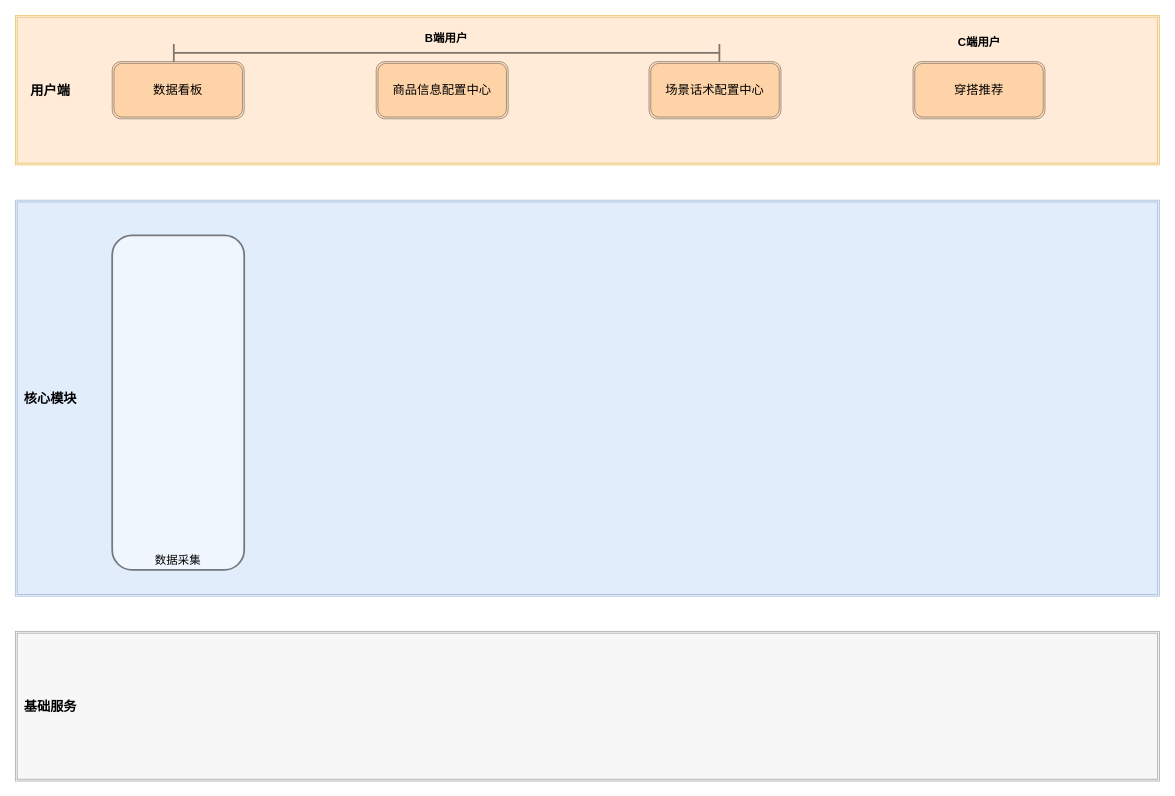
This is leyan/推荐系统3.drawio from GeekKwok/UML, a draw.io file, before an edit. Source tidied: cells renumbered, new cells numbered last; positions are measured from the earlier drawing's top-left corner, leaving out a move shared by most shapes. Both pictures are drawn from the tidied source at 88%, with x=0, y=0 at pixel (15, 15).
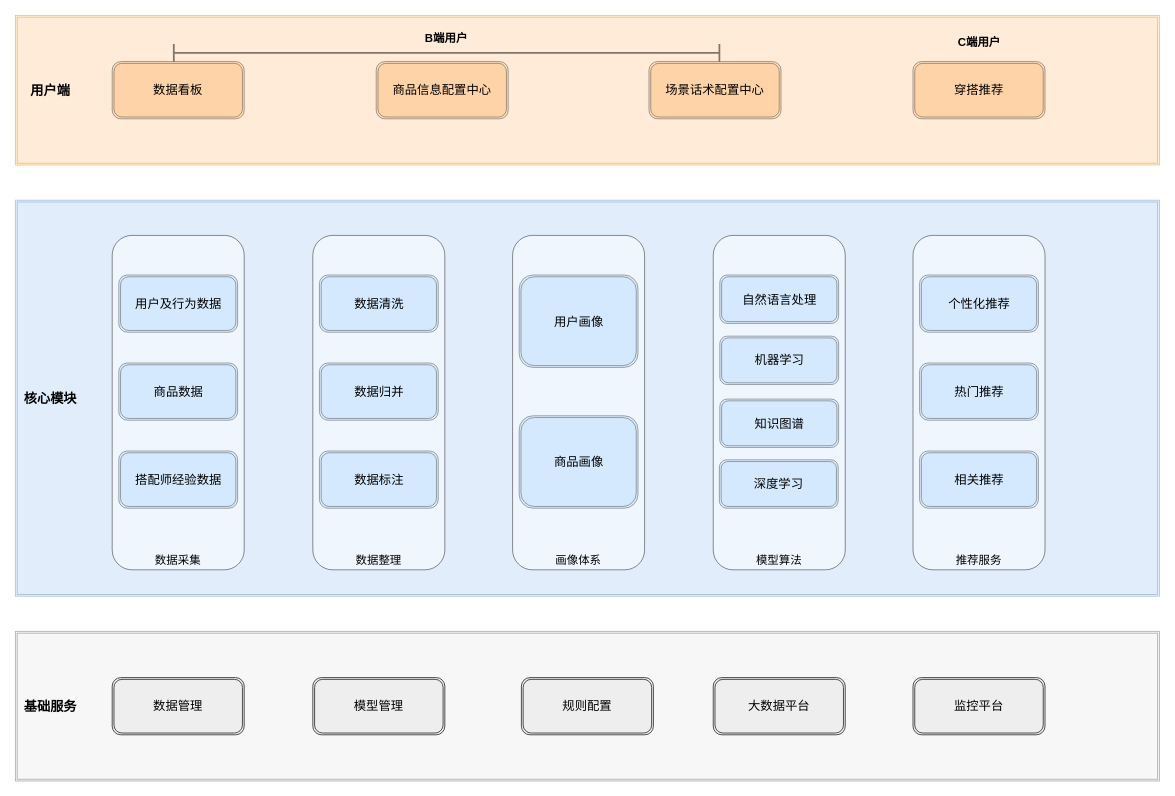
The same diagram, later.

Diff of the diagram source:
```diff
@@
-    <mxCell id="3" style="shape=ext;double=1;rounded=0;whiteSpace=wrap;html=1;fillColor=#dae8fc;strokeColor=#6c8ebf;opacity=50;" parent="1" vertex="1">
+    <mxCell id="3" style="shape=ext;double=1;rounded=0;whiteSpace=wrap;html=1;fillColor=#dae8fc;strokeColor=#6c8ebf;opacity=50;strokeWidth=1;" parent="1" vertex="1">
       <mxGeometry y="210" width="1300" height="450" as="geometry" />
     </mxCell>
@@
-    <mxCell id="14" value="&lt;br&gt;&lt;br&gt;&lt;br&gt;&lt;br&gt;&lt;br&gt;&lt;br&gt;&lt;br&gt;&lt;br&gt;&lt;br&gt;&lt;br&gt;&lt;br&gt;&lt;br&gt;&lt;br&gt;&lt;br&gt;&lt;br&gt;&lt;br&gt;&lt;br&gt;&lt;br&gt;&lt;br&gt;&lt;br&gt;&lt;br&gt;&lt;br&gt;&lt;br&gt;数据采集" style="rounded=1;whiteSpace=wrap;html=1;fontSize=13;strokeWidth=2;opacity=50;" parent="1" vertex="1">
+    <mxCell id="14" value="&lt;br&gt;&lt;br&gt;&lt;br&gt;&lt;br&gt;&lt;br&gt;&lt;br&gt;&lt;br&gt;&lt;br&gt;&lt;br&gt;&lt;br&gt;&lt;br&gt;&lt;br&gt;&lt;br&gt;&lt;br&gt;&lt;br&gt;&lt;br&gt;&lt;br&gt;&lt;br&gt;&lt;br&gt;&lt;br&gt;&lt;br&gt;&lt;br&gt;&lt;br&gt;数据采集" style="rounded=1;whiteSpace=wrap;html=1;fontSize=13;strokeWidth=1;opacity=50;" parent="1" vertex="1">
       <mxGeometry x="110" y="250" width="150" height="380" as="geometry" />
     </mxCell>
+    <mxCell id="15" value="&lt;br&gt;&lt;br&gt;&lt;br&gt;&lt;br&gt;&lt;br&gt;&lt;br&gt;&lt;br&gt;&lt;br&gt;&lt;br&gt;&lt;br&gt;&lt;br&gt;&lt;br&gt;&lt;br&gt;&lt;br&gt;&lt;br&gt;&lt;br&gt;&lt;br&gt;&lt;br&gt;&lt;br&gt;&lt;br&gt;&lt;br&gt;&lt;br&gt;&lt;br&gt;数据整理" style="rounded=1;whiteSpace=wrap;html=1;fontSize=13;strokeWidth=1;opacity=50;" parent="1" vertex="1">
+      <mxGeometry x="338" y="250" width="150" height="380" as="geometry" />
+    </mxCell>
+    <mxCell id="16" value="&lt;br&gt;&lt;br&gt;&lt;br&gt;&lt;br&gt;&lt;br&gt;&lt;br&gt;&lt;br&gt;&lt;br&gt;&lt;br&gt;&lt;br&gt;&lt;br&gt;&lt;br&gt;&lt;br&gt;&lt;br&gt;&lt;br&gt;&lt;br&gt;&lt;br&gt;&lt;br&gt;&lt;br&gt;&lt;br&gt;&lt;br&gt;&lt;br&gt;&lt;br&gt;画像体系" style="rounded=1;whiteSpace=wrap;html=1;fontSize=13;strokeWidth=1;opacity=50;" parent="1" vertex="1">
+      <mxGeometry x="565" y="250" width="150" height="380" as="geometry" />
+    </mxCell>
+    <mxCell id="17" value="&lt;br&gt;&lt;br&gt;&lt;br&gt;&lt;br&gt;&lt;br&gt;&lt;br&gt;&lt;br&gt;&lt;br&gt;&lt;br&gt;&lt;br&gt;&lt;br&gt;&lt;br&gt;&lt;br&gt;&lt;br&gt;&lt;br&gt;&lt;br&gt;&lt;br&gt;&lt;br&gt;&lt;br&gt;&lt;br&gt;&lt;br&gt;&lt;br&gt;&lt;br&gt;模型算法" style="rounded=1;whiteSpace=wrap;html=1;fontSize=13;strokeWidth=1;opacity=50;" parent="1" vertex="1">
+      <mxGeometry x="793" y="250" width="150" height="380" as="geometry" />
+    </mxCell>
+    <mxCell id="18" value="&lt;br&gt;&lt;br&gt;&lt;br&gt;&lt;br&gt;&lt;br&gt;&lt;br&gt;&lt;br&gt;&lt;br&gt;&lt;br&gt;&lt;br&gt;&lt;br&gt;&lt;br&gt;&lt;br&gt;&lt;br&gt;&lt;br&gt;&lt;br&gt;&lt;br&gt;&lt;br&gt;&lt;br&gt;&lt;br&gt;&lt;br&gt;&lt;br&gt;&lt;br&gt;推荐服务" style="rounded=1;whiteSpace=wrap;html=1;fontSize=13;strokeWidth=1;opacity=50;" parent="1" vertex="1">
+      <mxGeometry x="1020" y="250" width="150" height="380" as="geometry" />
+    </mxCell>
+    <mxCell id="19" value="用户及行为数据" style="shape=ext;double=1;rounded=1;whiteSpace=wrap;html=1;opacity=50;fillColor=#cce5ff;strokeColor=#36393d;fontSize=14;" parent="1" vertex="1">
+      <mxGeometry x="117.5" y="295" width="135" height="65" as="geometry" />
+    </mxCell>
+    <mxCell id="20" value="商品数据" style="shape=ext;double=1;rounded=1;whiteSpace=wrap;html=1;opacity=50;fillColor=#cce5ff;strokeColor=#36393d;fontSize=14;" parent="1" vertex="1">
+      <mxGeometry x="117.5" y="395" width="135" height="65" as="geometry" />
+    </mxCell>
+    <mxCell id="21" value="搭配师经验数据" style="shape=ext;double=1;rounded=1;whiteSpace=wrap;html=1;opacity=50;fillColor=#cce5ff;strokeColor=#36393d;fontSize=14;" parent="1" vertex="1">
+      <mxGeometry x="117.5" y="495" width="135" height="65" as="geometry" />
+    </mxCell>
+    <mxCell id="22" value="数据清洗" style="shape=ext;double=1;rounded=1;whiteSpace=wrap;html=1;opacity=50;fillColor=#cce5ff;strokeColor=#36393d;fontSize=14;" parent="1" vertex="1">
+      <mxGeometry x="345.5" y="295" width="135" height="65" as="geometry" />
+    </mxCell>
+    <mxCell id="23" value="数据归并" style="shape=ext;double=1;rounded=1;whiteSpace=wrap;html=1;opacity=50;fillColor=#cce5ff;strokeColor=#36393d;fontSize=14;" parent="1" vertex="1">
+      <mxGeometry x="345.5" y="395" width="135" height="65" as="geometry" />
+    </mxCell>
+    <mxCell id="24" value="数据标注" style="shape=ext;double=1;rounded=1;whiteSpace=wrap;html=1;opacity=50;fillColor=#cce5ff;strokeColor=#36393d;fontSize=14;" parent="1" vertex="1">
+      <mxGeometry x="345.5" y="495" width="135" height="65" as="geometry" />
+    </mxCell>
+    <mxCell id="25" value="用户画像" style="shape=ext;double=1;rounded=1;whiteSpace=wrap;html=1;opacity=50;fillColor=#cce5ff;strokeColor=#36393d;fontSize=14;" parent="1" vertex="1">
+      <mxGeometry x="572.5" y="295" width="135" height="105" as="geometry" />
+    </mxCell>
+    <mxCell id="26" value="商品画像" style="shape=ext;double=1;rounded=1;whiteSpace=wrap;html=1;opacity=50;fillColor=#cce5ff;strokeColor=#36393d;fontSize=14;" parent="1" vertex="1">
+      <mxGeometry x="572.5" y="455" width="135" height="105" as="geometry" />
+    </mxCell>
+    <mxCell id="27" value="自然语言处理" style="shape=ext;double=1;rounded=1;whiteSpace=wrap;html=1;opacity=50;fillColor=#cce5ff;strokeColor=#36393d;fontSize=14;" parent="1" vertex="1">
+      <mxGeometry x="800.5" y="295" width="135" height="55" as="geometry" />
+    </mxCell>
+    <mxCell id="28" value="机器学习" style="shape=ext;double=1;rounded=1;whiteSpace=wrap;html=1;opacity=50;fillColor=#cce5ff;strokeColor=#36393d;fontSize=14;" parent="1" vertex="1">
+      <mxGeometry x="800.5" y="364.5" width="135" height="55" as="geometry" />
+    </mxCell>
+    <mxCell id="29" value="知识图谱" style="shape=ext;double=1;rounded=1;whiteSpace=wrap;html=1;opacity=50;fillColor=#cce5ff;strokeColor=#36393d;fontSize=14;" parent="1" vertex="1">
+      <mxGeometry x="800.5" y="436" width="135" height="55" as="geometry" />
+    </mxCell>
+    <mxCell id="30" value="深度学习" style="shape=ext;double=1;rounded=1;whiteSpace=wrap;html=1;opacity=50;fillColor=#cce5ff;strokeColor=#36393d;fontSize=14;" parent="1" vertex="1">
+      <mxGeometry x="800" y="505" width="135" height="55" as="geometry" />
+    </mxCell>
+    <mxCell id="31" value="个性化推荐" style="shape=ext;double=1;rounded=1;whiteSpace=wrap;html=1;opacity=50;fillColor=#cce5ff;strokeColor=#36393d;fontSize=14;" parent="1" vertex="1">
+      <mxGeometry x="1027.5" y="295" width="135" height="65" as="geometry" />
+    </mxCell>
+    <mxCell id="32" value="热门推荐" style="shape=ext;double=1;rounded=1;whiteSpace=wrap;html=1;opacity=50;fillColor=#cce5ff;strokeColor=#36393d;fontSize=14;" parent="1" vertex="1">
+      <mxGeometry x="1027.5" y="395" width="135" height="65" as="geometry" />
+    </mxCell>
+    <mxCell id="33" value="相关推荐" style="shape=ext;double=1;rounded=1;whiteSpace=wrap;html=1;opacity=50;fillColor=#cce5ff;strokeColor=#36393d;fontSize=14;" parent="1" vertex="1">
+      <mxGeometry x="1027.5" y="495" width="135" height="65" as="geometry" />
+    </mxCell>
+    <mxCell id="34" value="数据管理" style="shape=ext;double=1;rounded=1;whiteSpace=wrap;html=1;fillColor=#eeeeee;strokeColor=#36393d;fontSize=14;" parent="1" vertex="1">
+      <mxGeometry x="110" y="752.5" width="150" height="65" as="geometry" />
+    </mxCell>
+    <mxCell id="35" value="模型管理" style="shape=ext;double=1;rounded=1;whiteSpace=wrap;html=1;fillColor=#eeeeee;strokeColor=#36393d;fontSize=14;" parent="1" vertex="1">
+      <mxGeometry x="338" y="752.5" width="150" height="65" as="geometry" />
+    </mxCell>
+    <mxCell id="36" value="规则配置" style="shape=ext;double=1;rounded=1;whiteSpace=wrap;html=1;fillColor=#eeeeee;strokeColor=#36393d;fontSize=14;" parent="1" vertex="1">
+      <mxGeometry x="575" y="752.5" width="150" height="65" as="geometry" />
+    </mxCell>
+    <mxCell id="37" value="大数据平台" style="shape=ext;double=1;rounded=1;whiteSpace=wrap;html=1;fillColor=#eeeeee;strokeColor=#36393d;fontSize=14;" parent="1" vertex="1">
+      <mxGeometry x="793" y="752.5" width="150" height="65" as="geometry" />
+    </mxCell>
+    <mxCell id="38" value="监控平台" style="shape=ext;double=1;rounded=1;whiteSpace=wrap;html=1;fillColor=#eeeeee;strokeColor=#36393d;fontSize=14;" parent="1" vertex="1">
+      <mxGeometry x="1020" y="752.5" width="150" height="65" as="geometry" />
+    </mxCell>
```
